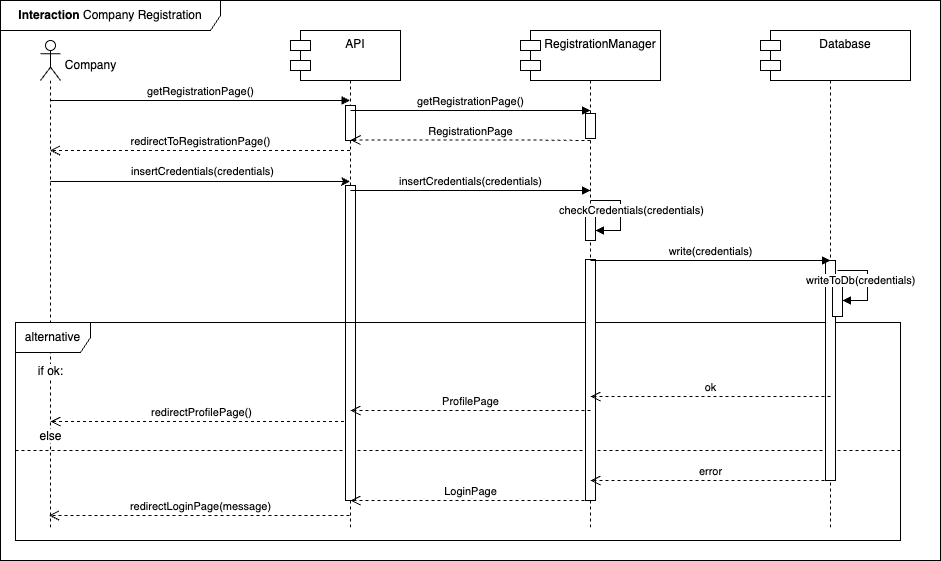
The draw.io diagram DD/Images/Interactions/INT08_CompanyRegistration.drawio.png in edogriba/GribaldoRosa, before a commit. Source tidied: cells renumbered, new cells last; positions are measured from the earlier drawing's top-left corner, leaving out a move shared by most shapes. Source of this version:
```xml
<mxGraphModel>
  <root>
    <mxCell id="0" />
    <mxCell id="1" parent="0" />
    <mxCell id="2" value="redirectProfilePage()" style="html=1;verticalAlign=bottom;endArrow=open;dashed=1;endSize=8;curved=0;rounded=0;" parent="1" edge="1">
      <mxGeometry relative="1" as="geometry">
        <mxPoint x="349.5" y="421" as="sourcePoint" />
        <mxPoint x="50" y="421" as="targetPoint" />
        <Array as="points">
          <mxPoint x="290" y="421" />
          <mxPoint x="230" y="421" />
          <mxPoint x="170" y="421" />
          <mxPoint x="140" y="421" />
        </Array>
      </mxGeometry>
    </mxCell>
    <mxCell id="3" style="endArrow=none;dashed=1;html=1;rounded=0;exitX=0;exitY=0.53;exitDx=0;exitDy=0;exitPerimeter=0;" parent="1" edge="1">
      <mxGeometry relative="1" as="geometry">
        <mxPoint x="15" y="450" as="sourcePoint" />
        <mxPoint x="900" y="450" as="targetPoint" />
      </mxGeometry>
    </mxCell>
    <mxCell id="4" value="&lt;b&gt;Interaction&lt;/b&gt; Company Registration" style="shape=umlFrame;whiteSpace=wrap;html=1;width=220;height=30;" parent="1" vertex="1">
      <mxGeometry width="940" height="560" as="geometry" />
    </mxCell>
    <mxCell id="5" value="S&amp;amp;C" style="shape=umlLifeline;perimeter=lifelinePerimeter;whiteSpace=wrap;html=1;newEdgeStyle={&quot;curved&quot;:0,&quot;rounded&quot;:0};" parent="1" vertex="1">
      <mxGeometry x="300" y="40" width="100" height="490" as="geometry" />
    </mxCell>
    <mxCell id="6" style="html=1;perimeter=orthogonalPerimeter;targetShapes=umlLifeline;newEdgeStyle={&quot;curved&quot;:0,&quot;rounded&quot;:0};" parent="5" vertex="1">
      <mxGeometry x="45" y="65" width="10" height="35" as="geometry" />
    </mxCell>
    <mxCell id="7" style="html=1;perimeter=orthogonalPerimeter;targetShapes=umlLifeline;newEdgeStyle={&quot;curved&quot;:0,&quot;rounded&quot;:0};" parent="5" vertex="1">
      <mxGeometry x="45" y="145" width="10" height="315" as="geometry" />
    </mxCell>
    <mxCell id="8" style="edgeStyle=orthogonalEdgeStyle;rounded=0;orthogonalLoop=1;jettySize=auto;html=1;curved=0;" parent="1" edge="1">
      <mxGeometry relative="1" as="geometry">
        <mxPoint x="49.8" y="181" as="sourcePoint" />
        <mxPoint x="349.5" y="181" as="targetPoint" />
      </mxGeometry>
    </mxCell>
    <mxCell id="9" value="insertCredentials(credentials)" style="edgeLabel;html=1;align=center;verticalAlign=middle;" parent="8" vertex="1">
      <mxGeometry x="0.01" y="1" relative="1" as="geometry">
        <mxPoint y="-9" as="offset" />
      </mxGeometry>
    </mxCell>
    <mxCell id="10" style="shape=umlLifeline;perimeter=lifelinePerimeter;whiteSpace=wrap;html=1;newEdgeStyle={&quot;curved&quot;:0,&quot;rounded&quot;:0};participant=umlActor;size=40;" parent="1" vertex="1">
      <mxGeometry x="40" y="40" width="20" height="490" as="geometry" />
    </mxCell>
    <mxCell id="11" value="Company" style="text;html=1;align=center;verticalAlign=middle;strokeColor=none;fillColor=none;" parent="1" vertex="1">
      <mxGeometry x="55" y="50" width="70" height="30" as="geometry" />
    </mxCell>
    <mxCell id="12" value="redirectToRegistrationPage()" style="html=1;verticalAlign=bottom;endArrow=open;dashed=1;endSize=8;curved=0;rounded=0;" parent="1" edge="1">
      <mxGeometry relative="1" as="geometry">
        <mxPoint x="349.5" y="150" as="sourcePoint" />
        <mxPoint x="49.5" y="150" as="targetPoint" />
        <Array as="points">
          <mxPoint x="230" y="150" />
        </Array>
      </mxGeometry>
    </mxCell>
    <mxCell id="13" value="alternative" style="shape=umlFrame;whiteSpace=wrap;html=1;width=75;height=30;" parent="1" vertex="1">
      <mxGeometry x="15" y="322" width="885" height="218" as="geometry" />
    </mxCell>
    <mxCell id="14" value="if ok:" style="text;html=1;align=center;verticalAlign=middle;strokeColor=none;fillColor=none;labelBackgroundColor=default;" parent="1" vertex="1">
      <mxGeometry x="25" y="356" width="50" height="30" as="geometry" />
    </mxCell>
    <mxCell id="15" value="&lt;span style=&quot;background-color: rgb(255, 255, 255);&quot;&gt;else&lt;/span&gt;" style="text;html=1;align=center;verticalAlign=middle;strokeColor=none;fillColor=none;" parent="1" vertex="1">
      <mxGeometry x="25" y="421" width="50" height="30" as="geometry" />
    </mxCell>
    <mxCell id="16" value="redirectLoginPage(message)" style="html=1;verticalAlign=bottom;endArrow=open;dashed=1;endSize=8;curved=0;rounded=0;" parent="1" edge="1">
      <mxGeometry x="-0.01" relative="1" as="geometry">
        <mxPoint x="349" y="515" as="sourcePoint" />
        <mxPoint x="48.5" y="515" as="targetPoint" />
        <Array as="points">
          <mxPoint x="294.5" y="515" />
          <mxPoint x="234.5" y="515" />
          <mxPoint x="174.5" y="515" />
          <mxPoint x="144.5" y="515" />
        </Array>
      </mxGeometry>
    </mxCell>
    <mxCell id="17" value="getRegistrationPage()" style="html=1;verticalAlign=bottom;endArrow=block;edgeStyle=elbowEdgeStyle;elbow=vertical;curved=0;rounded=0;" parent="1" edge="1">
      <mxGeometry relative="1" as="geometry">
        <mxPoint x="49.8" y="100" as="sourcePoint" />
        <mxPoint x="349.5" y="100" as="targetPoint" />
        <Array as="points">
          <mxPoint x="240" y="100" />
          <mxPoint x="205" y="70" />
        </Array>
      </mxGeometry>
    </mxCell>
    <mxCell id="18" value="API" style="shape=module;align=left;spacingLeft=20;align=center;verticalAlign=top;whiteSpace=wrap;html=1;" parent="1" vertex="1">
      <mxGeometry x="290" y="30" width="110" height="50" as="geometry" />
    </mxCell>
    <mxCell id="19" value=":Object" style="shape=umlLifeline;perimeter=lifelinePerimeter;whiteSpace=wrap;html=1;newEdgeStyle={&quot;curved&quot;:0,&quot;rounded&quot;:0};" parent="1" vertex="1">
      <mxGeometry x="540" y="40" width="100" height="490" as="geometry" />
    </mxCell>
    <mxCell id="20" style="html=1;perimeter=orthogonalPerimeter;targetShapes=umlLifeline;newEdgeStyle={&quot;curved&quot;:0,&quot;rounded&quot;:0};" parent="19" vertex="1">
      <mxGeometry x="45" y="73" width="10" height="25" as="geometry" />
    </mxCell>
    <mxCell id="21" style="html=1;perimeter=orthogonalPerimeter;targetShapes=umlLifeline;newEdgeStyle={&quot;curved&quot;:0,&quot;rounded&quot;:0};" parent="19" vertex="1">
      <mxGeometry x="45" y="170" width="10" height="30" as="geometry" />
    </mxCell>
    <mxCell id="22" value="checkCredentials(credentials)" style="html=1;align=left;spacingLeft=2;endArrow=block;rounded=0;edgeStyle=orthogonalEdgeStyle;curved=0;rounded=0;" parent="19" edge="1">
      <mxGeometry x="-1" y="-36" relative="1" as="geometry">
        <mxPoint x="50" y="160" as="sourcePoint" />
        <mxPoint x="55" y="190" as="targetPoint" />
        <Array as="points">
          <mxPoint x="80" y="160" />
          <mxPoint x="80" y="190" />
        </Array>
        <mxPoint x="-35" y="-26" as="offset" />
      </mxGeometry>
    </mxCell>
    <mxCell id="23" style="html=1;perimeter=orthogonalPerimeter;targetShapes=umlLifeline;newEdgeStyle={&quot;curved&quot;:0,&quot;rounded&quot;:0};" parent="19" vertex="1">
      <mxGeometry x="45" y="219" width="10" height="241" as="geometry" />
    </mxCell>
    <mxCell id="24" value="getRegistrationPage()" style="html=1;verticalAlign=bottom;endArrow=block;edgeStyle=elbowEdgeStyle;elbow=vertical;curved=0;rounded=0;" parent="1" edge="1">
      <mxGeometry relative="1" as="geometry">
        <mxPoint x="350" y="110" as="sourcePoint" />
        <mxPoint x="590" y="110" as="targetPoint" />
        <Array as="points">
          <mxPoint x="540.2" y="110" />
          <mxPoint x="505.2" y="80" />
        </Array>
      </mxGeometry>
    </mxCell>
    <mxCell id="25" value="RegistrationManager" style="shape=module;align=left;spacingLeft=20;align=center;verticalAlign=top;whiteSpace=wrap;html=1;" parent="1" vertex="1">
      <mxGeometry x="520" y="30" width="140" height="50" as="geometry" />
    </mxCell>
    <mxCell id="26" value="insertCredentials(credentials)" style="html=1;verticalAlign=bottom;endArrow=block;edgeStyle=elbowEdgeStyle;elbow=vertical;curved=0;rounded=0;" parent="1" edge="1">
      <mxGeometry relative="1" as="geometry">
        <mxPoint x="350" y="190" as="sourcePoint" />
        <mxPoint x="590" y="190" as="targetPoint" />
        <Array as="points">
          <mxPoint x="540.2" y="190" />
          <mxPoint x="505.2" y="160" />
        </Array>
      </mxGeometry>
    </mxCell>
    <mxCell id="27" value=":Object" style="shape=umlLifeline;perimeter=lifelinePerimeter;whiteSpace=wrap;html=1;newEdgeStyle={&quot;curved&quot;:0,&quot;rounded&quot;:0};" parent="1" vertex="1">
      <mxGeometry x="780" y="40" width="100" height="490" as="geometry" />
    </mxCell>
    <mxCell id="28" style="html=1;perimeter=orthogonalPerimeter;targetShapes=umlLifeline;newEdgeStyle={&quot;curved&quot;:0,&quot;rounded&quot;:0};" parent="27" vertex="1">
      <mxGeometry x="45" y="220" width="10" height="220" as="geometry" />
    </mxCell>
    <mxCell id="29" style="html=1;perimeter=orthogonalPerimeter;targetShapes=umlLifeline;newEdgeStyle={&quot;curved&quot;:0,&quot;rounded&quot;:0};direction=west;" parent="27" vertex="1">
      <mxGeometry x="52" y="246" width="10" height="30" as="geometry" />
    </mxCell>
    <mxCell id="30" value="writeToDb(credentials)" style="html=1;align=left;spacingLeft=2;endArrow=block;rounded=0;edgeStyle=orthogonalEdgeStyle;curved=0;rounded=0;" parent="27" edge="1">
      <mxGeometry x="-1" y="-36" relative="1" as="geometry">
        <mxPoint x="57" y="230" as="sourcePoint" />
        <mxPoint x="62" y="260" as="targetPoint" />
        <Array as="points">
          <mxPoint x="87" y="260" />
        </Array>
        <mxPoint x="-35" y="-26" as="offset" />
      </mxGeometry>
    </mxCell>
    <mxCell id="31" value="&lt;div&gt;Database&lt;/div&gt;" style="shape=module;align=left;spacingLeft=20;align=center;verticalAlign=top;whiteSpace=wrap;html=1;" parent="1" vertex="1">
      <mxGeometry x="760" y="30" width="150" height="50" as="geometry" />
    </mxCell>
    <mxCell id="32" value="RegistrationPage" style="html=1;verticalAlign=bottom;endArrow=open;dashed=1;endSize=8;curved=0;rounded=0;" parent="1" edge="1">
      <mxGeometry relative="1" as="geometry">
        <mxPoint x="590" y="140" as="sourcePoint" />
        <mxPoint x="350" y="139.5" as="targetPoint" />
        <Array as="points">
          <mxPoint x="530.5" y="139.5" />
        </Array>
      </mxGeometry>
    </mxCell>
    <mxCell id="33" value="write(credentials)" style="html=1;verticalAlign=bottom;endArrow=block;edgeStyle=elbowEdgeStyle;elbow=vertical;curved=0;rounded=0;" parent="1" edge="1">
      <mxGeometry relative="1" as="geometry">
        <mxPoint x="590" y="260" as="sourcePoint" />
        <mxPoint x="830" y="260" as="targetPoint" />
        <Array as="points">
          <mxPoint x="780.2" y="260" />
          <mxPoint x="745.2" y="230" />
        </Array>
      </mxGeometry>
    </mxCell>
    <mxCell id="34" value="ok" style="html=1;verticalAlign=bottom;endArrow=open;dashed=1;endSize=8;curved=0;rounded=0;" parent="1" edge="1">
      <mxGeometry relative="1" as="geometry">
        <mxPoint x="830" y="396" as="sourcePoint" />
        <mxPoint x="590" y="396" as="targetPoint" />
        <Array as="points">
          <mxPoint x="830" y="396" />
          <mxPoint x="770" y="396" />
          <mxPoint x="710" y="396" />
          <mxPoint x="680" y="396" />
        </Array>
      </mxGeometry>
    </mxCell>
    <mxCell id="35" value="error" style="html=1;verticalAlign=bottom;endArrow=open;dashed=1;endSize=8;curved=0;rounded=0;" parent="1" edge="1">
      <mxGeometry relative="1" as="geometry">
        <mxPoint x="830" y="480" as="sourcePoint" />
        <mxPoint x="590" y="480" as="targetPoint" />
        <Array as="points">
          <mxPoint x="830" y="480" />
          <mxPoint x="770" y="480" />
          <mxPoint x="680" y="480" />
        </Array>
      </mxGeometry>
    </mxCell>
    <mxCell id="36" value="LoginPage" style="html=1;verticalAlign=bottom;endArrow=open;dashed=1;endSize=8;curved=0;rounded=0;" parent="1" edge="1">
      <mxGeometry relative="1" as="geometry">
        <mxPoint x="590" y="500" as="sourcePoint" />
        <mxPoint x="350" y="500" as="targetPoint" />
        <Array as="points">
          <mxPoint x="590" y="500" />
          <mxPoint x="530" y="500" />
          <mxPoint x="440" y="500" />
        </Array>
      </mxGeometry>
    </mxCell>
    <mxCell id="37" value="ProfilePage" style="html=1;verticalAlign=bottom;endArrow=open;dashed=1;endSize=8;curved=0;rounded=0;" parent="1" edge="1">
      <mxGeometry relative="1" as="geometry">
        <mxPoint x="590" y="410" as="sourcePoint" />
        <mxPoint x="350" y="410" as="targetPoint" />
        <Array as="points">
          <mxPoint x="590" y="410" />
          <mxPoint x="530" y="410" />
          <mxPoint x="440" y="410" />
        </Array>
      </mxGeometry>
    </mxCell>
  </root>
</mxGraphModel>
```
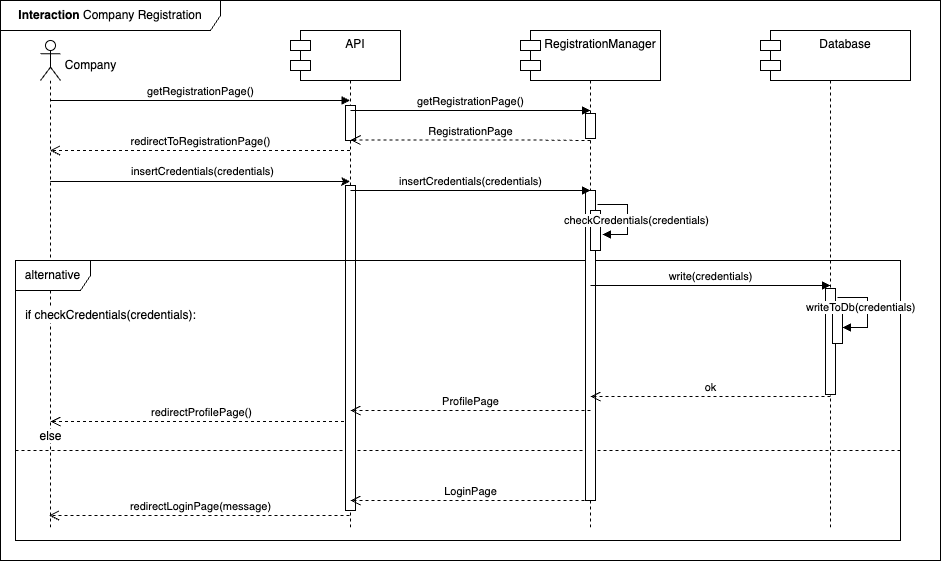
The same diagram one commit later.

What changed in the source:
```diff
@@ -30,7 +30,7 @@
       <mxGeometry x="45" y="65" width="10" height="35" as="geometry" />
     </mxCell>
     <mxCell id="7" style="html=1;perimeter=orthogonalPerimeter;targetShapes=umlLifeline;newEdgeStyle={&quot;curved&quot;:0,&quot;rounded&quot;:0};" parent="5" vertex="1">
-      <mxGeometry x="45" y="145" width="10" height="315" as="geometry" />
+      <mxGeometry x="45" y="145" width="10" height="325" as="geometry" />
     </mxCell>
     <mxCell id="8" style="edgeStyle=orthogonalEdgeStyle;rounded=0;orthogonalLoop=1;jettySize=auto;html=1;curved=0;" parent="1" edge="1">
       <mxGeometry relative="1" as="geometry">
@@ -59,10 +59,10 @@
       </mxGeometry>
     </mxCell>
     <mxCell id="13" value="alternative" style="shape=umlFrame;whiteSpace=wrap;html=1;width=75;height=30;" parent="1" vertex="1">
-      <mxGeometry x="15" y="322" width="885" height="218" as="geometry" />
+      <mxGeometry x="15" y="260" width="885" height="280" as="geometry" />
     </mxCell>
-    <mxCell id="14" value="if ok:" style="text;html=1;align=center;verticalAlign=middle;strokeColor=none;fillColor=none;labelBackgroundColor=default;" parent="1" vertex="1">
-      <mxGeometry x="25" y="356" width="50" height="30" as="geometry" />
+    <mxCell id="14" value="if checkCredentials(credentials):" style="text;html=1;align=center;verticalAlign=middle;strokeColor=none;fillColor=none;labelBackgroundColor=default;" parent="1" vertex="1">
+      <mxGeometry x="15" y="300" width="190" height="30" as="geometry" />
     </mxCell>
     <mxCell id="15" value="&lt;span style=&quot;background-color: rgb(255, 255, 255);&quot;&gt;else&lt;/span&gt;" style="text;html=1;align=center;verticalAlign=middle;strokeColor=none;fillColor=none;" parent="1" vertex="1">
       <mxGeometry x="25" y="421" width="50" height="30" as="geometry" />
@@ -101,20 +101,23 @@
     <mxCell id="21" style="html=1;perimeter=orthogonalPerimeter;targetShapes=umlLifeline;newEdgeStyle={&quot;curved&quot;:0,&quot;rounded&quot;:0};" parent="19" vertex="1">
       <mxGeometry x="45" y="170" width="10" height="30" as="geometry" />
     </mxCell>
+    <mxCell id="23" style="html=1;perimeter=orthogonalPerimeter;targetShapes=umlLifeline;newEdgeStyle={&quot;curved&quot;:0,&quot;rounded&quot;:0};" parent="19" vertex="1">
+      <mxGeometry x="45" y="150" width="10" height="310" as="geometry" />
+    </mxCell>
+    <mxCell id="38" style="html=1;perimeter=orthogonalPerimeter;targetShapes=umlLifeline;newEdgeStyle={&quot;curved&quot;:0,&quot;rounded&quot;:0};direction=west;" parent="19" vertex="1">
+      <mxGeometry x="50" y="170" width="10" height="40" as="geometry" />
+    </mxCell>
     <mxCell id="22" value="checkCredentials(credentials)" style="html=1;align=left;spacingLeft=2;endArrow=block;rounded=0;edgeStyle=orthogonalEdgeStyle;curved=0;rounded=0;" parent="19" edge="1">
-      <mxGeometry x="-1" y="-36" relative="1" as="geometry">
-        <mxPoint x="50" y="160" as="sourcePoint" />
-        <mxPoint x="55" y="190" as="targetPoint" />
+      <mxGeometry x="-1" y="-40" relative="1" as="geometry">
+        <mxPoint x="57" y="164" as="sourcePoint" />
+        <mxPoint x="62" y="194" as="targetPoint" />
         <Array as="points">
-          <mxPoint x="80" y="160" />
-          <mxPoint x="80" y="190" />
+          <mxPoint x="87" y="164" />
+          <mxPoint x="87" y="194" />
         </Array>
-        <mxPoint x="-35" y="-26" as="offset" />
+        <mxPoint x="-37" y="-24" as="offset" />
       </mxGeometry>
     </mxCell>
-    <mxCell id="23" style="html=1;perimeter=orthogonalPerimeter;targetShapes=umlLifeline;newEdgeStyle={&quot;curved&quot;:0,&quot;rounded&quot;:0};" parent="19" vertex="1">
-      <mxGeometry x="45" y="219" width="10" height="241" as="geometry" />
-    </mxCell>
     <mxCell id="24" value="getRegistrationPage()" style="html=1;verticalAlign=bottom;endArrow=block;edgeStyle=elbowEdgeStyle;elbow=vertical;curved=0;rounded=0;" parent="1" edge="1">
       <mxGeometry relative="1" as="geometry">
         <mxPoint x="350" y="110" as="sourcePoint" />
@@ -142,17 +145,17 @@
       <mxGeometry x="780" y="40" width="100" height="490" as="geometry" />
     </mxCell>
     <mxCell id="28" style="html=1;perimeter=orthogonalPerimeter;targetShapes=umlLifeline;newEdgeStyle={&quot;curved&quot;:0,&quot;rounded&quot;:0};" parent="27" vertex="1">
-      <mxGeometry x="45" y="220" width="10" height="220" as="geometry" />
+      <mxGeometry x="45" y="248" width="10" height="106" as="geometry" />
     </mxCell>
     <mxCell id="29" style="html=1;perimeter=orthogonalPerimeter;targetShapes=umlLifeline;newEdgeStyle={&quot;curved&quot;:0,&quot;rounded&quot;:0};direction=west;" parent="27" vertex="1">
-      <mxGeometry x="52" y="246" width="10" height="30" as="geometry" />
+      <mxGeometry x="52" y="273" width="10" height="30" as="geometry" />
     </mxCell>
     <mxCell id="30" value="writeToDb(credentials)" style="html=1;align=left;spacingLeft=2;endArrow=block;rounded=0;edgeStyle=orthogonalEdgeStyle;curved=0;rounded=0;" parent="27" edge="1">
       <mxGeometry x="-1" y="-36" relative="1" as="geometry">
-        <mxPoint x="57" y="230" as="sourcePoint" />
-        <mxPoint x="62" y="260" as="targetPoint" />
+        <mxPoint x="57" y="257" as="sourcePoint" />
+        <mxPoint x="62" y="287" as="targetPoint" />
         <Array as="points">
-          <mxPoint x="87" y="260" />
+          <mxPoint x="87" y="287" />
         </Array>
         <mxPoint x="-35" y="-26" as="offset" />
       </mxGeometry>
@@ -171,11 +174,11 @@
     </mxCell>
     <mxCell id="33" value="write(credentials)" style="html=1;verticalAlign=bottom;endArrow=block;edgeStyle=elbowEdgeStyle;elbow=vertical;curved=0;rounded=0;" parent="1" edge="1">
       <mxGeometry relative="1" as="geometry">
-        <mxPoint x="590" y="260" as="sourcePoint" />
-        <mxPoint x="830" y="260" as="targetPoint" />
+        <mxPoint x="590" y="285" as="sourcePoint" />
+        <mxPoint x="830" y="285" as="targetPoint" />
         <Array as="points">
-          <mxPoint x="780.2" y="260" />
-          <mxPoint x="745.2" y="230" />
+          <mxPoint x="780.2" y="285" />
+          <mxPoint x="745.2" y="255" />
         </Array>
       </mxGeometry>
     </mxCell>
@@ -191,17 +194,6 @@
         </Array>
       </mxGeometry>
     </mxCell>
-    <mxCell id="35" value="error" style="html=1;verticalAlign=bottom;endArrow=open;dashed=1;endSize=8;curved=0;rounded=0;" parent="1" edge="1">
-      <mxGeometry relative="1" as="geometry">
-        <mxPoint x="830" y="480" as="sourcePoint" />
-        <mxPoint x="590" y="480" as="targetPoint" />
-        <Array as="points">
-          <mxPoint x="830" y="480" />
-          <mxPoint x="770" y="480" />
-          <mxPoint x="680" y="480" />
-        </Array>
-      </mxGeometry>
-    </mxCell>
     <mxCell id="36" value="LoginPage" style="html=1;verticalAlign=bottom;endArrow=open;dashed=1;endSize=8;curved=0;rounded=0;" parent="1" edge="1">
       <mxGeometry relative="1" as="geometry">
         <mxPoint x="590" y="500" as="sourcePoint" />
```
